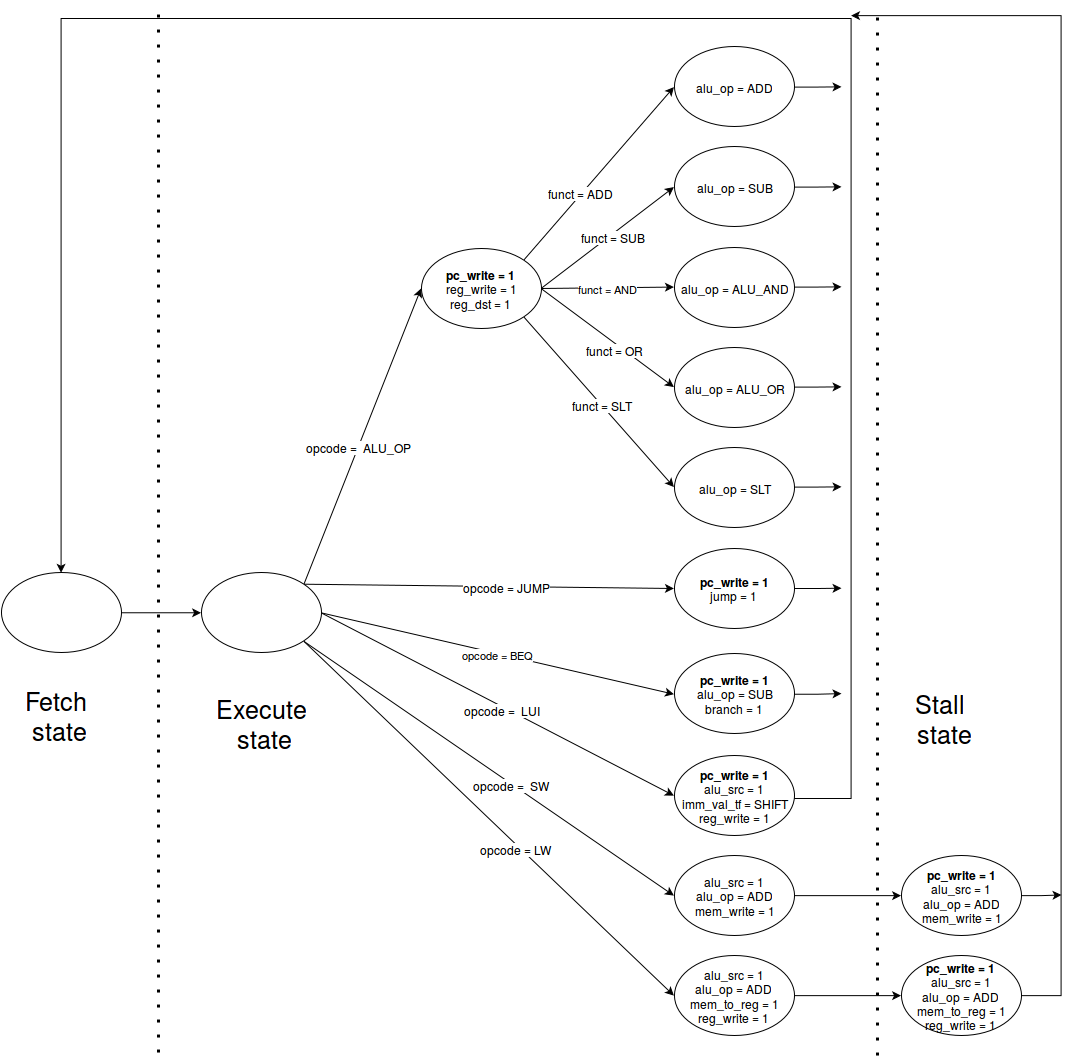
mathiasose/TDT4255 keeps this draw.io diagram as ex1/report/img/state_machine.png. Above is the earlier version. Source tidied: cells renumbered, new cells last; positions are measured from the earlier drawing's top-left corner, leaving out a move shared by most shapes.
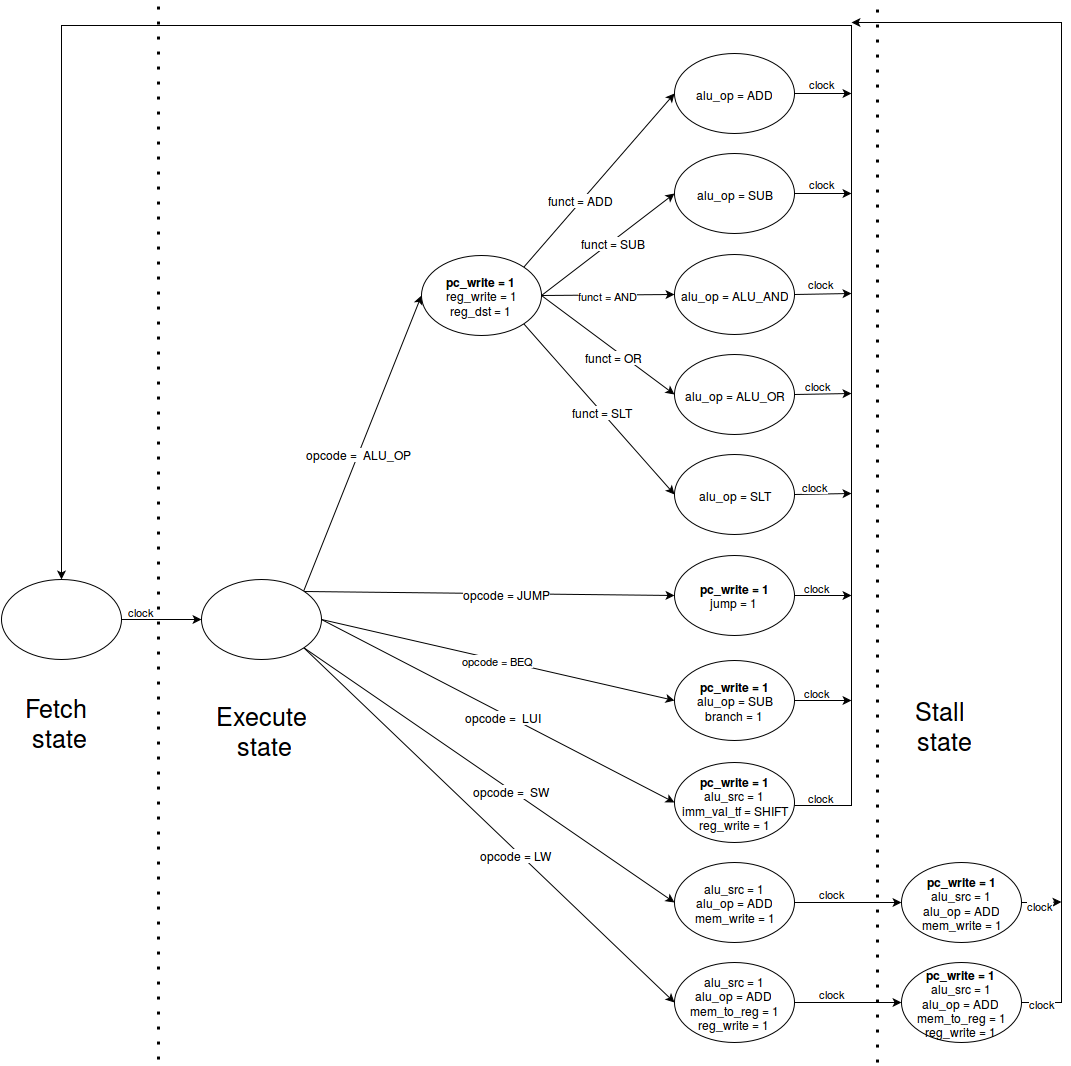
The same file after the commit.

Diff of the diagram source:
```diff
@@ -5,6 +5,11 @@
     <mxCell id="2" style="edgeStyle=none;rounded=0;html=1;exitX=1;exitY=0.5;entryX=0;entryY=0.5;" parent="1" edge="1" source="3" target="16">
       <mxGeometry relative="1" as="geometry" />
     </mxCell>
+    <mxCell id="55" value="clock" style="text;html=1;align=center;verticalAlign=middle;labelBackgroundColor=#ffffff;fontSize=11;" parent="2" vertex="1">
+      <mxGeometry x="-0.47" y="-2" relative="1" as="geometry">
+        <mxPoint x="-2" y="-11" as="offset" />
+      </mxGeometry>
+    </mxCell>
     <mxCell id="3" style="ellipse;whiteSpace=wrap;html=1;" parent="1" vertex="1">
       <mxGeometry y="570" width="120" height="80" as="geometry" />
     </mxCell>
@@ -54,17 +59,27 @@
     </mxCell>
     <mxCell id="18" style="edgeStyle=orthogonalEdgeStyle;rounded=0;html=1;exitX=1;exitY=0.5;" parent="1" edge="1" source="19">
       <mxGeometry relative="1" as="geometry">
-        <mxPoint x="840" y="691.1" as="targetPoint" />
+        <mxPoint x="850" y="691" as="targetPoint" />
       </mxGeometry>
     </mxCell>
+    <mxCell id="56" value="clock" style="text;html=1;align=center;verticalAlign=middle;labelBackgroundColor=#ffffff;fontSize=11;" parent="18" vertex="1">
+      <mxGeometry x="-0.28" relative="1" as="geometry">
+        <mxPoint x="1" y="-9" as="offset" />
+      </mxGeometry>
+    </mxCell>
     <mxCell id="19" value="&lt;b&gt;pc_write = 1&lt;/b&gt;&lt;br&gt;alu_op = SUB&lt;br&gt;branch = 1&lt;br&gt;" style="ellipse;whiteSpace=wrap;html=1;" parent="1" vertex="1">
       <mxGeometry x="673" y="651" width="120" height="80" as="geometry" />
     </mxCell>
     <mxCell id="20" style="edgeStyle=orthogonalEdgeStyle;rounded=0;html=1;exitX=1;exitY=0.5;" parent="1" edge="1" source="21">
       <mxGeometry relative="1" as="geometry">
-        <mxPoint x="840" y="585.7" as="targetPoint" />
+        <mxPoint x="850" y="586" as="targetPoint" />
       </mxGeometry>
     </mxCell>
+    <mxCell id="57" value="clock" style="text;html=1;align=center;verticalAlign=middle;labelBackgroundColor=#ffffff;fontSize=11;" parent="20" vertex="1">
+      <mxGeometry x="-0.23" y="-3" relative="1" as="geometry">
+        <mxPoint y="-12" as="offset" />
+      </mxGeometry>
+    </mxCell>
     <mxCell id="21" value="&lt;b&gt;pc_write = 1&lt;/b&gt;&lt;br&gt;jump = 1&lt;br&gt;" style="ellipse;whiteSpace=wrap;html=1;" parent="1" vertex="1">
       <mxGeometry x="673" y="546" width="120" height="80" as="geometry" />
     </mxCell>
@@ -110,71 +125,111 @@
         </Array>
       </mxGeometry>
     </mxCell>
+    <mxCell id="58" value="clock" style="text;html=1;align=center;verticalAlign=middle;labelBackgroundColor=#ffffff;fontSize=11;" parent="32" vertex="1">
+      <mxGeometry x="-0.98" y="2" relative="1" as="geometry">
+        <mxPoint x="6" y="-7" as="offset" />
+      </mxGeometry>
+    </mxCell>
     <mxCell id="33" value="&lt;b&gt;pc_write = 1&lt;/b&gt;&lt;br&gt;alu_src = 1&lt;br&gt;imm_val_tf = SHIFT&lt;br&gt;reg_write = 1&lt;br&gt;" style="ellipse;whiteSpace=wrap;html=1;" parent="1" vertex="1">
       <mxGeometry x="673" y="753" width="120" height="80" as="geometry" />
     </mxCell>
     <mxCell id="34" style="edgeStyle=none;rounded=0;html=1;exitX=1;exitY=0.5;entryX=0;entryY=0.5;" parent="1" edge="1" source="35" target="51">
       <mxGeometry relative="1" as="geometry" />
     </mxCell>
+    <mxCell id="59" value="clock" style="text;html=1;align=center;verticalAlign=middle;labelBackgroundColor=#ffffff;fontSize=11;" parent="34" vertex="1">
+      <mxGeometry x="-0.29" y="-3" relative="1" as="geometry">
+        <mxPoint x="-1" y="-13" as="offset" />
+      </mxGeometry>
+    </mxCell>
     <mxCell id="35" value="alu_src = 1&lt;br&gt;alu_op = ADD&lt;br&gt;mem_write = 1&lt;br&gt;" style="ellipse;whiteSpace=wrap;html=1;" parent="1" vertex="1">
       <mxGeometry x="673" y="853" width="120" height="80" as="geometry" />
     </mxCell>
     <mxCell id="36" style="edgeStyle=orthogonalEdgeStyle;rounded=0;html=1;exitX=1;exitY=0.5;" parent="1" edge="1" source="37">
       <mxGeometry relative="1" as="geometry">
-        <mxPoint x="840" y="184.4" as="targetPoint" />
+        <mxPoint x="850" y="184" as="targetPoint" />
       </mxGeometry>
     </mxCell>
+    <mxCell id="60" value="clock" style="text;html=1;align=center;verticalAlign=middle;labelBackgroundColor=#ffffff;fontSize=11;" parent="36" vertex="1">
+      <mxGeometry x="0.02" y="-7" relative="1" as="geometry">
+        <mxPoint x="-2" y="-18" as="offset" />
+      </mxGeometry>
+    </mxCell>
     <mxCell id="37" value="alu_op = SUB&lt;br&gt;" style="ellipse;whiteSpace=wrap;html=1;" parent="1" vertex="1">
       <mxGeometry x="673" y="144" width="120" height="80" as="geometry" />
     </mxCell>
     <mxCell id="38" style="edgeStyle=orthogonalEdgeStyle;rounded=0;html=1;exitX=1;exitY=0.5;" parent="1" edge="1" source="39">
       <mxGeometry relative="1" as="geometry">
-        <mxPoint x="840" y="84.4" as="targetPoint" />
+        <mxPoint x="850" y="84" as="targetPoint" />
       </mxGeometry>
     </mxCell>
+    <mxCell id="61" value="clock" style="text;html=1;align=center;verticalAlign=middle;labelBackgroundColor=#ffffff;fontSize=11;" parent="38" vertex="1">
+      <mxGeometry x="0.02" y="-7" relative="1" as="geometry">
+        <mxPoint x="-2" y="-18" as="offset" />
+      </mxGeometry>
+    </mxCell>
     <mxCell id="39" value="alu_op = ADD&lt;br&gt;" style="ellipse;whiteSpace=wrap;html=1;" parent="1" vertex="1">
       <mxGeometry x="673" y="44" width="120" height="80" as="geometry" />
     </mxCell>
-    <mxCell id="40" style="edgeStyle=orthogonalEdgeStyle;rounded=0;html=1;exitX=1;exitY=0.5;" parent="1" edge="1" source="41">
+    <mxCell id="40" style="rounded=0;html=1;exitX=1;exitY=0.5;" parent="1" edge="1" source="41">
       <mxGeometry relative="1" as="geometry">
-        <mxPoint x="840" y="384.4" as="targetPoint" />
+        <mxPoint x="850" y="384" as="targetPoint" />
       </mxGeometry>
     </mxCell>
+    <mxCell id="62" value="clock" style="text;html=1;align=center;verticalAlign=middle;labelBackgroundColor=#ffffff;fontSize=11;" parent="40" vertex="1">
+      <mxGeometry x="-0.17" relative="1" as="geometry">
+        <mxPoint y="-10" as="offset" />
+      </mxGeometry>
+    </mxCell>
     <mxCell id="41" value="alu_op = ALU_OR&lt;br&gt;" style="ellipse;whiteSpace=wrap;html=1;" parent="1" vertex="1">
       <mxGeometry x="673" y="345" width="120" height="80" as="geometry" />
     </mxCell>
-    <mxCell id="42" style="edgeStyle=orthogonalEdgeStyle;rounded=0;html=1;exitX=1;exitY=0.5;" parent="1" edge="1" source="43">
+    <mxCell id="42" style="rounded=0;html=1;exitX=1;exitY=0.5;" parent="1" edge="1" source="43">
       <mxGeometry relative="1" as="geometry">
-        <mxPoint x="840" y="284.4" as="targetPoint" />
+        <mxPoint x="850" y="284" as="targetPoint" />
       </mxGeometry>
     </mxCell>
+    <mxCell id="63" value="clock" style="text;html=1;align=center;verticalAlign=middle;labelBackgroundColor=#ffffff;fontSize=11;" parent="42" vertex="1">
+      <mxGeometry x="-0.17" relative="1" as="geometry">
+        <mxPoint x="3" y="-12" as="offset" />
+      </mxGeometry>
+    </mxCell>
     <mxCell id="43" value="alu_op = ALU_AND&lt;br&gt;" style="ellipse;whiteSpace=wrap;html=1;" parent="1" vertex="1">
       <mxGeometry x="673" y="245" width="120" height="80" as="geometry" />
     </mxCell>
-    <mxCell id="44" style="edgeStyle=orthogonalEdgeStyle;rounded=0;html=1;exitX=1;exitY=0.5;" parent="1" edge="1" source="45">
+    <mxCell id="44" style="rounded=0;html=1;exitX=1;exitY=0.5;" parent="1" edge="1" source="45">
       <mxGeometry relative="1" as="geometry">
-        <mxPoint x="840" y="484.4" as="targetPoint" />
+        <mxPoint x="850" y="484" as="targetPoint" />
       </mxGeometry>
     </mxCell>
+    <mxCell id="64" value="clock" style="text;html=1;align=center;verticalAlign=middle;labelBackgroundColor=#ffffff;fontSize=11;" parent="44" vertex="1">
+      <mxGeometry x="0.04" y="9" relative="1" as="geometry">
+        <mxPoint x="-9" y="1" as="offset" />
+      </mxGeometry>
+    </mxCell>
     <mxCell id="45" value="alu_op = SLT&lt;br&gt;" style="ellipse;whiteSpace=wrap;html=1;" parent="1" vertex="1">
       <mxGeometry x="673" y="445" width="120" height="80" as="geometry" />
     </mxCell>
     <mxCell id="46" style="endArrow=none;html=1;dashed=1;dashPattern=1 4;strokeWidth=3;" parent="1" edge="1">
       <mxGeometry relative="1" as="geometry">
         <mxPoint x="157" y="1050" as="sourcePoint" />
-        <mxPoint x="157" as="targetPoint" />
+        <mxPoint x="157" y="-7" as="targetPoint" />
       </mxGeometry>
     </mxCell>
     <mxCell id="47" style="edgeStyle=none;rounded=0;html=1;exitX=1;exitY=0.5;entryX=0;entryY=0.5;" parent="1" edge="1" source="48" target="53">
       <mxGeometry relative="1" as="geometry" />
     </mxCell>
+    <mxCell id="65" value="clock" style="text;html=1;align=center;verticalAlign=middle;labelBackgroundColor=#ffffff;fontSize=11;" parent="47" vertex="1">
+      <mxGeometry x="-0.25" y="-2" relative="1" as="geometry">
+        <mxPoint x="-3" y="-12" as="offset" />
+      </mxGeometry>
+    </mxCell>
     <mxCell id="48" value="alu_src = 1&lt;br&gt;alu_op = ADD&lt;br&gt;mem_to_reg = 1&lt;br&gt;reg_write = 1&lt;br&gt;" style="ellipse;whiteSpace=wrap;html=1;" parent="1" vertex="1">
       <mxGeometry x="673" y="953" width="120" height="80" as="geometry" />
     </mxCell>
     <mxCell id="49" style="endArrow=none;html=1;dashed=1;dashPattern=1 4;strokeWidth=3;" parent="1" edge="1">
       <mxGeometry x="986" y="20" as="geometry">
         <mxPoint x="876" y="1053" as="sourcePoint" />
-        <mxPoint x="876" y="3" as="targetPoint" />
+        <mxPoint x="876" y="-7" as="targetPoint" />
       </mxGeometry>
     </mxCell>
     <mxCell id="50" style="edgeStyle=orthogonalEdgeStyle;rounded=0;html=1;exitX=1;exitY=0.5;" parent="1" edge="1" source="51">
@@ -182,6 +237,9 @@
         <mxPoint x="1060" y="892.5" as="targetPoint" />
       </mxGeometry>
     </mxCell>
+    <mxCell id="66" value="clock" style="text;html=1;align=center;verticalAlign=middle;labelBackgroundColor=#ffffff;fontSize=11;" parent="50" vertex="1">
+      <mxGeometry x="-0.1" y="-2" relative="1" as="geometry" />
+    </mxCell>
     <mxCell id="51" value="&lt;b&gt;pc_write = 1&lt;/b&gt;&lt;br&gt;alu_src = 1&lt;br&gt;alu_op = ADD&lt;br&gt;mem_write = 1&lt;br&gt;" style="ellipse;whiteSpace=wrap;html=1;" parent="1" vertex="1">
       <mxGeometry x="900" y="853" width="120" height="80" as="geometry" />
     </mxCell>
@@ -194,6 +252,9 @@
         </Array>
       </mxGeometry>
     </mxCell>
+    <mxCell id="67" value="clock" style="text;html=1;align=center;verticalAlign=middle;labelBackgroundColor=#ffffff;fontSize=11;" parent="52" vertex="1">
+      <mxGeometry x="-0.97" relative="1" as="geometry" />
+    </mxCell>
     <mxCell id="53" value="&lt;b&gt;pc_write = 1&lt;/b&gt;&lt;br&gt;alu_src = 1&lt;br&gt;alu_op = ADD&lt;br&gt;mem_to_reg = 1&lt;br&gt;reg_write = 1&lt;br&gt;" style="ellipse;whiteSpace=wrap;html=1;" parent="1" vertex="1">
       <mxGeometry x="900" y="953" width="120" height="80" as="geometry" />
     </mxCell>
```
